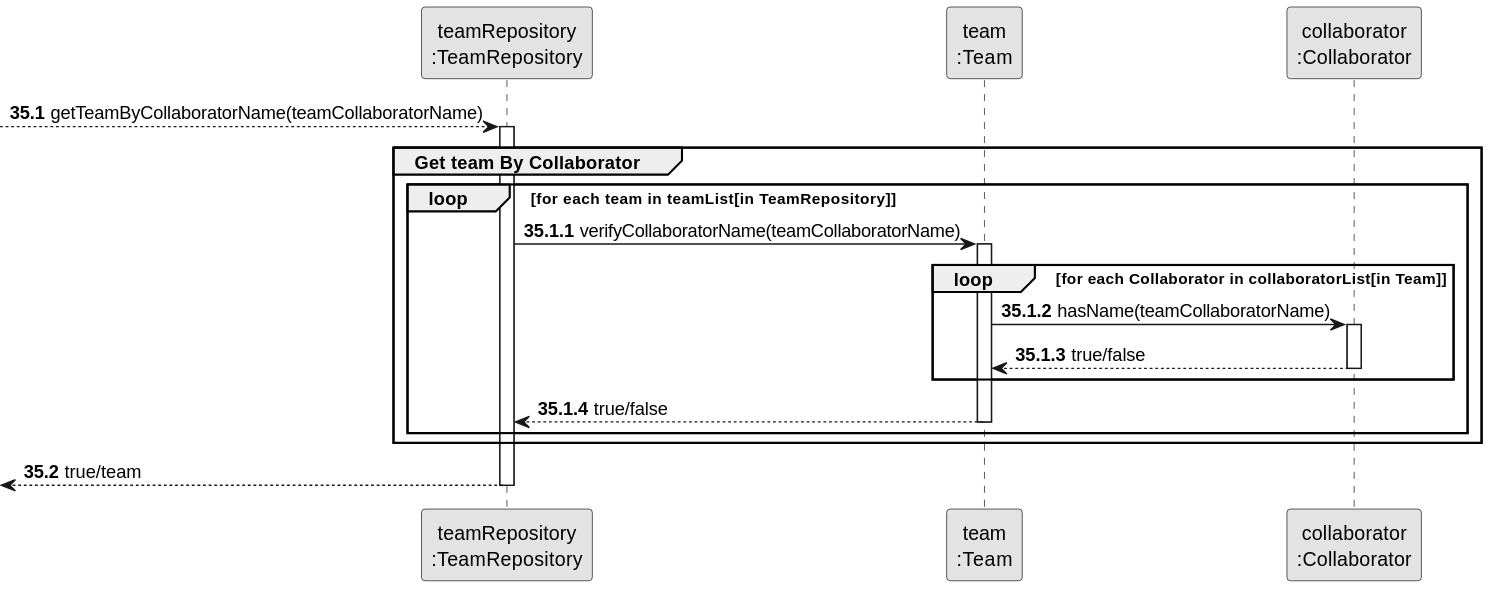
Above: docs/sprint3/us23/03.design/svg/us23-partial-sequence-diagram-get-team.svg in Departamento-de-Engenharia-Informatica/lei-24-s2-1db-g022 (PlantUML), before the change. Source of this version:
```plantuml
@startuml
skinparam monochrome true
skinparam packageStyle rectangle
skinparam shadowing false

participant "teamRepository\n:TeamRepository" as TEAMREPO
participant "team\n:Team" as TEAM
participant "collaborator\n:Collaborator" as COL

autonumber 35.1

--> TEAMREPO : getTeamByCollaboratorName(teamCollaboratorName)

autonumber 35.1.1

activate TEAMREPO

group Get team By Collaborator

loop for each team in teamList[in TeamRepository]

TEAMREPO -> TEAM : verifyCollaboratorName(teamCollaboratorName)

activate TEAM

loop for each Collaborator in collaboratorList[in Team]

TEAM -> COL : hasName(teamCollaboratorName)

activate COL

COL --> TEAM : true/false

deactivate COL

end

TEAM --> TEAMREPO : true/false

deactivate TEAM

end

end

autonumber 35.2

<--TEAMREPO : true/team

deactivate TEAMREPO
@enduml
```
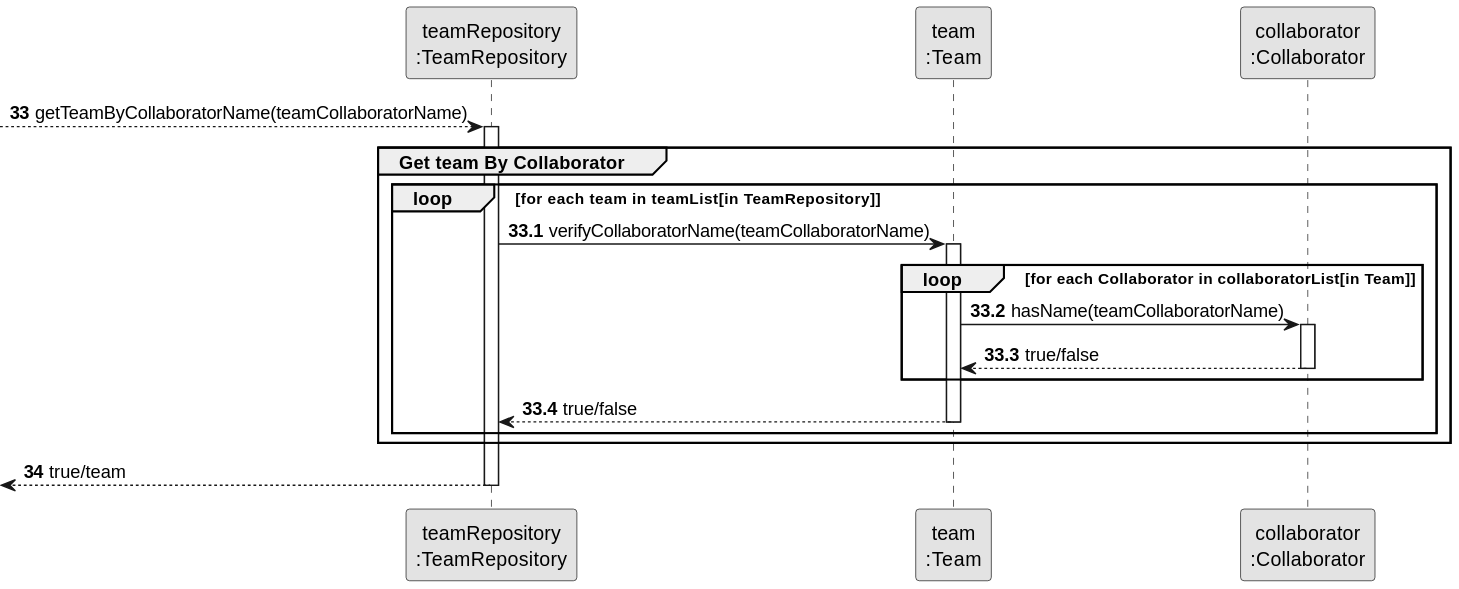
Above is the later version.

Commit message:
Rectification autonumber US23

Change to the diagram source:
```diff
@@ -7,11 +7,11 @@
 participant "team\n:Team" as TEAM
 participant "collaborator\n:Collaborator" as COL
 
-autonumber 35.1
+autonumber 33
 
 --> TEAMREPO : getTeamByCollaboratorName(teamCollaboratorName)
 
-autonumber 35.1.1
+autonumber 33.1
 
 activate TEAMREPO
 
@@ -43,7 +43,7 @@
 
 end
 
-autonumber 35.2
+autonumber 34
 
 <--TEAMREPO : true/team
 
```
